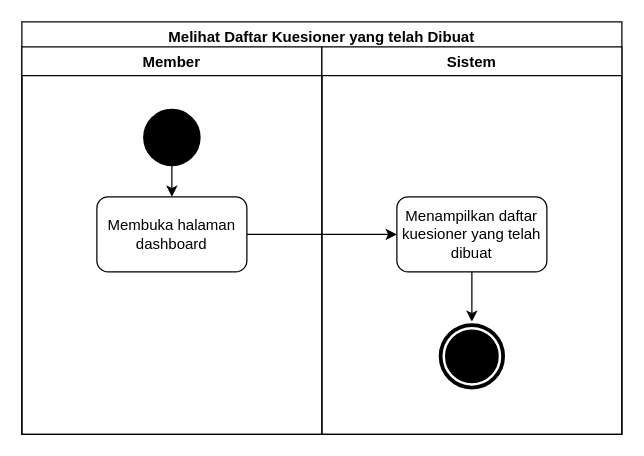
Before: Diagram/Activity Diagram/24. melihat daftar kuesioner yang telah dibuat.drawio in techie-jhs/thesis, a draw.io diagram. Source tidied: cells renumbered, new cells numbered last; positions are measured from the earlier drawing's top-left corner, leaving out a move shared by most shapes. Both pictures are drawn from the tidied source at 125%, with x=0, y=0 at pixel (21, 21).
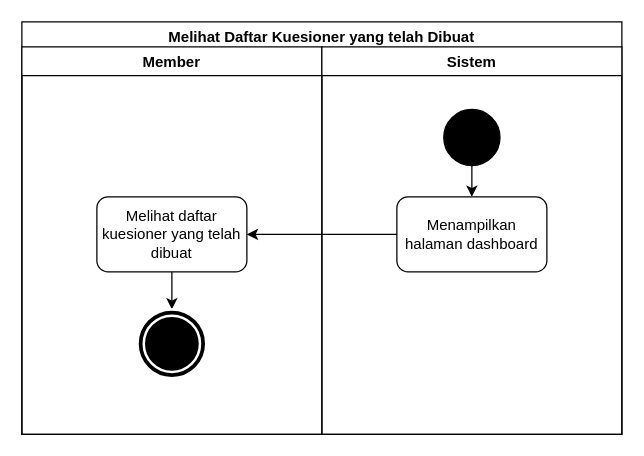
Above is the later version.

What changed in the source:
```diff
@@
 <mxGraphModel>
   <root>
     <mxCell id="0" />
     <mxCell id="1" parent="0" />
     <mxCell id="2" value="Melihat Daftar Kuesioner yang telah Dibuat" style="swimlane;fillColor=none;" parent="1" vertex="1">
       <mxGeometry width="480" height="330" as="geometry" />
     </mxCell>
     <mxCell id="3" value="Member" style="swimlane;" parent="2" vertex="1">
       <mxGeometry y="20" width="240" height="310" as="geometry" />
     </mxCell>
-    <mxCell id="4" style="edgeStyle=orthogonalEdgeStyle;rounded=0;jettySize=auto;html=1;" parent="3" edge="1" source="5" target="6">
-      <mxGeometry relative="1" as="geometry" />
-    </mxCell>
+    <mxCell id="12" style="edgeStyle=orthogonalEdgeStyle;rounded=0;jettySize=auto;html=1;" parent="3" edge="1" source="6" target="10">
+      <mxGeometry relative="1" as="geometry" />
+    </mxCell>
+    <mxCell id="6" value="Melihat daftar kuesioner yang telah dibuat" style="rounded=1;whiteSpace=wrap;html=1;fillColor=none;" parent="3" vertex="1">
+      <mxGeometry x="60" y="120" width="120" height="60" as="geometry" />
+    </mxCell>
+    <mxCell id="10" style="ellipse;shape=doubleEllipse;whiteSpace=wrap;html=1;fillColor=#000000;strokeColor=#FFFFFF;strokeWidth=2;" parent="3" vertex="1">
+      <mxGeometry x="92.5" y="210" width="55" height="55" as="geometry" />
+    </mxCell>
+    <mxCell id="7" value="Sistem" style="swimlane;" parent="2" vertex="1">
+      <mxGeometry x="240" y="20" width="240" height="310" as="geometry" />
+    </mxCell>
+    <mxCell id="9" value="Menampilkan halaman dashboard" style="rounded=1;whiteSpace=wrap;html=1;fillColor=none;" parent="7" vertex="1">
+      <mxGeometry x="60" y="120" width="120" height="60" as="geometry" />
+    </mxCell>
+    <mxCell id="13" style="edgeStyle=orthogonalEdgeStyle;rounded=0;jettySize=auto;html=1;" parent="7" edge="1" source="5" target="9">
+      <mxGeometry relative="1" as="geometry" />
+    </mxCell>
-    <mxCell id="5" style="ellipse;whiteSpace=wrap;html=1;fillColor=#000000;" parent="3" vertex="1">
+    <mxCell id="5" style="ellipse;whiteSpace=wrap;html=1;fillColor=#000000;" parent="7" vertex="1">
       <mxGeometry x="97.5" y="50" width="45" height="45" as="geometry" />
     </mxCell>
-    <mxCell id="6" value="Membuka halaman dashboard" style="rounded=1;whiteSpace=wrap;html=1;fillColor=none;" parent="3" vertex="1">
-      <mxGeometry x="60" y="120" width="120" height="60" as="geometry" />
-    </mxCell>
-    <mxCell id="7" value="Sistem" style="swimlane;" parent="2" vertex="1">
-      <mxGeometry x="240" y="20" width="240" height="310" as="geometry" />
-    </mxCell>
-    <mxCell id="8" style="edgeStyle=orthogonalEdgeStyle;rounded=0;jettySize=auto;html=1;" parent="7" edge="1" source="9" target="10">
-      <mxGeometry relative="1" as="geometry" />
-    </mxCell>
-    <mxCell id="9" value="Menampilkan daftar kuesioner yang telah dibuat" style="rounded=1;whiteSpace=wrap;html=1;fillColor=none;" parent="7" vertex="1">
-      <mxGeometry x="60" y="120" width="120" height="60" as="geometry" />
-    </mxCell>
-    <mxCell id="10" style="ellipse;shape=doubleEllipse;whiteSpace=wrap;html=1;fillColor=#000000;strokeColor=#FFFFFF;strokeWidth=2;" parent="7" vertex="1">
-      <mxGeometry x="92.5" y="220" width="55" height="55" as="geometry" />
-    </mxCell>
-    <mxCell id="11" style="edgeStyle=orthogonalEdgeStyle;rounded=0;jettySize=auto;html=1;" parent="2" edge="1" source="6" target="9">
-      <mxGeometry relative="1" as="geometry" />
-    </mxCell>
+    <mxCell id="14" style="edgeStyle=orthogonalEdgeStyle;rounded=0;jettySize=auto;html=1;entryX=1;entryY=0.5;entryDx=0;entryDy=0;" parent="2" edge="1" source="9" target="6">
+      <mxGeometry relative="1" as="geometry" />
+    </mxCell>
   </root>
 </mxGraphModel>
```
